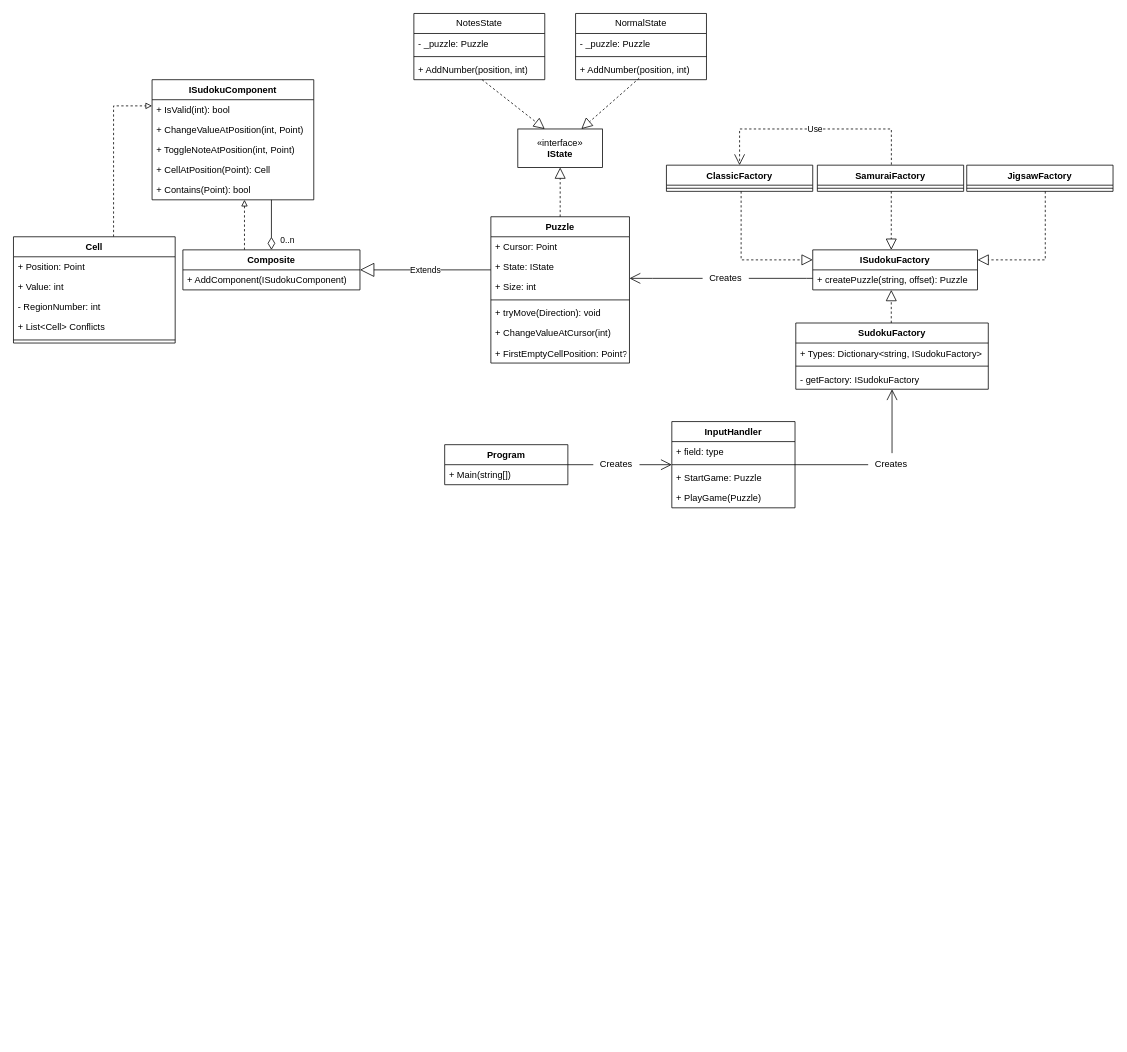
This is Class diagram.drawio from Rutgerw1/designpatterns1, a draw.io file, before an edit. Source tidied: cells renumbered, new cells numbered last; positions are measured from the earlier drawing's top-left corner, leaving out a move shared by most shapes. Both pictures are drawn from the tidied source at 77%, with x=0, y=0 at pixel (13, 13).
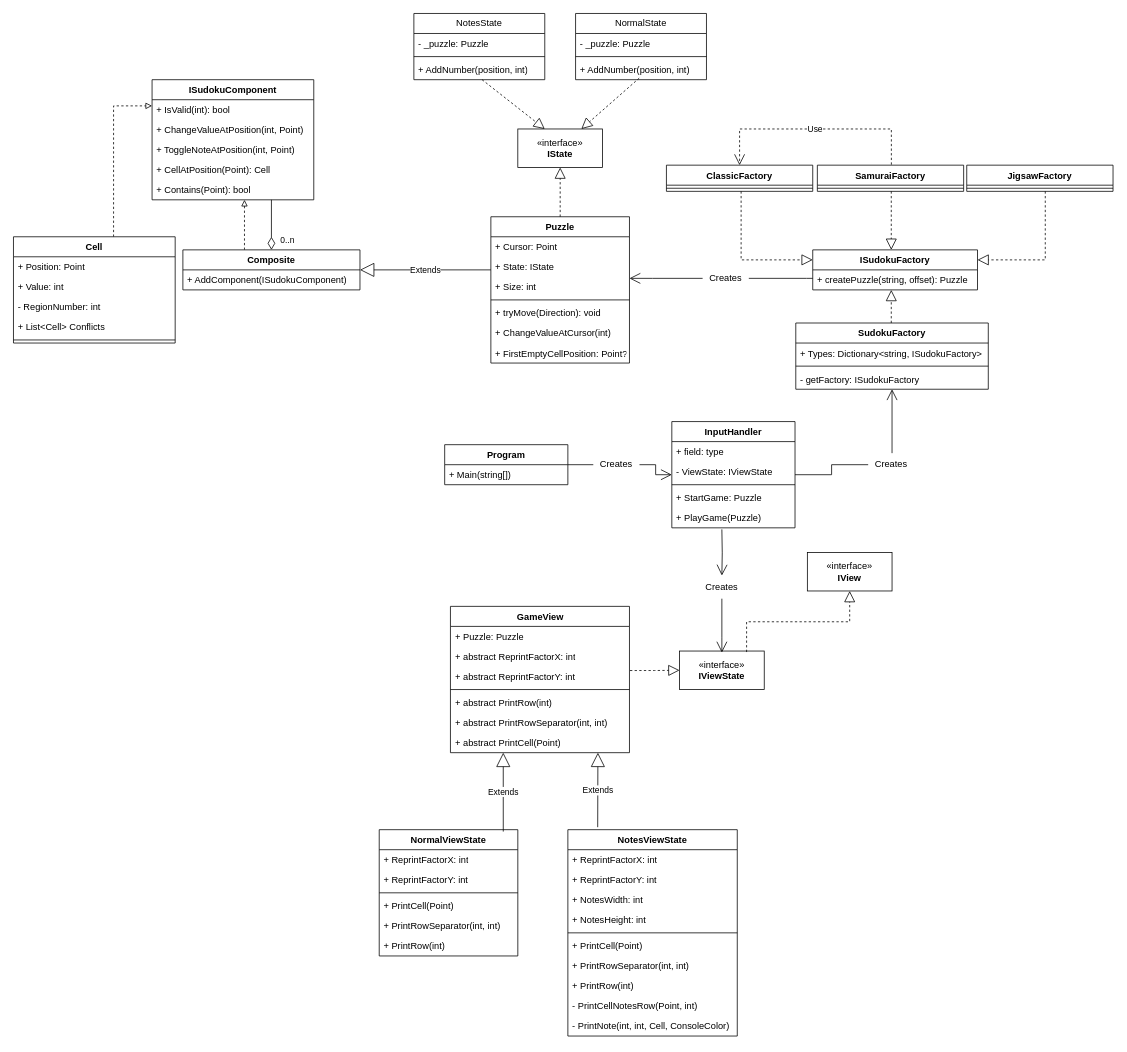
The same page after the edit.

Commit message:
Added views and state

Diff of the diagram source:
```diff
@@
     <mxCell id="49" value="InputHandler" style="swimlane;fontStyle=1;align=center;verticalAlign=top;horizontal=1;startSize=26;strokeColor=default;" parent="1" vertex="1">
-      <mxGeometry x="855" y="530" width="160" height="112" as="geometry" />
+      <mxGeometry x="855" y="530" width="160" height="138" as="geometry" />
     </mxCell>
@@
+    <mxCell id="74" value="- ViewState: IViewState" style="text;strokeColor=none;fillColor=none;align=left;verticalAlign=top;spacingLeft=4;spacingRight=4;overflow=hidden;" parent="49" vertex="1">
+      <mxGeometry y="52" width="160" height="26" as="geometry" />
+    </mxCell>
     <mxCell id="51" style="line;strokeWidth=1;fillColor=none;align=left;verticalAlign=middle;spacingTop=-1;spacingLeft=3;spacingRight=3;labelPosition=right;strokeColor=inherit;" parent="49" vertex="1">
-      <mxGeometry y="52" width="160" height="8" as="geometry" />
+      <mxGeometry y="78" width="160" height="8" as="geometry" />
     </mxCell>
     <mxCell id="52" value="+ StartGame: Puzzle" style="text;strokeColor=none;fillColor=none;align=left;verticalAlign=top;spacingLeft=4;spacingRight=4;overflow=hidden;" parent="49" vertex="1">
-      <mxGeometry y="60" width="160" height="26" as="geometry" />
+      <mxGeometry y="86" width="160" height="26" as="geometry" />
     </mxCell>
     <mxCell id="53" value="+ PlayGame(Puzzle)" style="text;strokeColor=none;fillColor=none;align=left;verticalAlign=top;spacingLeft=4;spacingRight=4;overflow=hidden;" parent="49" vertex="1">
-      <mxGeometry y="86" width="160" height="26" as="geometry" />
+      <mxGeometry y="112" width="160" height="26" as="geometry" />
     </mxCell>
@@
+    <mxCell id="75" value="«interface»&lt;br&gt;&lt;b&gt;IViewState&lt;br&gt;&lt;/b&gt;" style="html=1;whiteSpace=wrap;" parent="1" vertex="1">
+      <mxGeometry x="865" y="828" width="110" height="50" as="geometry" />
+    </mxCell>
+    <mxCell id="76" value="«interface»&lt;br&gt;&lt;b&gt;IView&lt;br&gt;&lt;/b&gt;" style="html=1;whiteSpace=wrap;" parent="1" vertex="1">
+      <mxGeometry x="1031" y="700" width="110" height="50" as="geometry" />
+    </mxCell>
+    <mxCell id="77" value="NormalViewState" style="swimlane;fontStyle=1;align=center;verticalAlign=top;horizontal=1;startSize=26;whiteSpace=wrap;html=1;" parent="1" vertex="1">
+      <mxGeometry x="475" y="1060" width="180" height="164" as="geometry" />
+    </mxCell>
+    <mxCell id="78" value="+ ReprintFactorX: int" style="text;strokeColor=none;fillColor=none;align=left;verticalAlign=top;spacingLeft=4;spacingRight=4;overflow=hidden;whiteSpace=wrap;html=1;" parent="77" vertex="1">
+      <mxGeometry y="26" width="180" height="26" as="geometry" />
+    </mxCell>
+    <mxCell id="79" value="+ ReprintFactorY: int" style="text;strokeColor=none;fillColor=none;align=left;verticalAlign=top;spacingLeft=4;spacingRight=4;overflow=hidden;whiteSpace=wrap;html=1;" parent="77" vertex="1">
+      <mxGeometry y="52" width="180" height="26" as="geometry" />
+    </mxCell>
+    <mxCell id="80" style="line;strokeWidth=1;fillColor=none;align=left;verticalAlign=middle;spacingTop=-1;spacingLeft=3;spacingRight=3;labelPosition=right;strokeColor=inherit;" parent="77" vertex="1">
+      <mxGeometry y="78" width="180" height="8" as="geometry" />
+    </mxCell>
+    <mxCell id="81" value="+ PrintCell(Point)&lt;br&gt;" style="text;strokeColor=none;fillColor=none;align=left;verticalAlign=top;spacingLeft=4;spacingRight=4;overflow=hidden;whiteSpace=wrap;html=1;" parent="77" vertex="1">
+      <mxGeometry y="86" width="180" height="26" as="geometry" />
+    </mxCell>
+    <mxCell id="82" value="+ PrintRowSeparator(int, int)" style="text;strokeColor=none;fillColor=none;align=left;verticalAlign=top;spacingLeft=4;spacingRight=4;overflow=hidden;whiteSpace=wrap;html=1;" parent="77" vertex="1">
+      <mxGeometry y="112" width="180" height="26" as="geometry" />
+    </mxCell>
+    <mxCell id="83" value="+ PrintRow(int)" style="text;strokeColor=none;fillColor=none;align=left;verticalAlign=top;spacingLeft=4;spacingRight=4;overflow=hidden;whiteSpace=wrap;html=1;" parent="77" vertex="1">
+      <mxGeometry y="138" width="180" height="26" as="geometry" />
+    </mxCell>
+    <mxCell id="84" value="NotesViewState" style="swimlane;fontStyle=1;align=center;verticalAlign=top;horizontal=1;startSize=26;whiteSpace=wrap;html=1;" parent="1" vertex="1">
+      <mxGeometry x="720" y="1060" width="220" height="268" as="geometry" />
+    </mxCell>
+    <mxCell id="85" value="+ ReprintFactorX: int" style="text;strokeColor=none;fillColor=none;align=left;verticalAlign=top;spacingLeft=4;spacingRight=4;overflow=hidden;whiteSpace=wrap;html=1;" parent="84" vertex="1">
+      <mxGeometry y="26" width="220" height="26" as="geometry" />
+    </mxCell>
+    <mxCell id="86" value="+ ReprintFactorY: int" style="text;strokeColor=none;fillColor=none;align=left;verticalAlign=top;spacingLeft=4;spacingRight=4;overflow=hidden;whiteSpace=wrap;html=1;" parent="84" vertex="1">
+      <mxGeometry y="52" width="220" height="26" as="geometry" />
+    </mxCell>
+    <mxCell id="87" value="+ NotesWidth: int&lt;span style=&quot;white-space: pre;&quot;&gt;&#9;&lt;/span&gt;&lt;span style=&quot;white-space: pre;&quot;&gt;&#9;&lt;/span&gt;" style="text;strokeColor=none;fillColor=none;align=left;verticalAlign=top;spacingLeft=4;spacingRight=4;overflow=hidden;whiteSpace=wrap;html=1;" parent="84" vertex="1">
+      <mxGeometry y="78" width="220" height="26" as="geometry" />
+    </mxCell>
+    <mxCell id="88" value="+ NotesHeight: int" style="text;strokeColor=none;fillColor=none;align=left;verticalAlign=top;spacingLeft=4;spacingRight=4;overflow=hidden;whiteSpace=wrap;html=1;" parent="84" vertex="1">
+      <mxGeometry y="104" width="220" height="26" as="geometry" />
+    </mxCell>
+    <mxCell id="89" style="line;strokeWidth=1;fillColor=none;align=left;verticalAlign=middle;spacingTop=-1;spacingLeft=3;spacingRight=3;labelPosition=right;strokeColor=inherit;" parent="84" vertex="1">
+      <mxGeometry y="130" width="220" height="8" as="geometry" />
+    </mxCell>
+    <mxCell id="90" value="+ PrintCell(Point)&lt;br&gt;" style="text;strokeColor=none;fillColor=none;align=left;verticalAlign=top;spacingLeft=4;spacingRight=4;overflow=hidden;whiteSpace=wrap;html=1;" parent="84" vertex="1">
+      <mxGeometry y="138" width="220" height="26" as="geometry" />
+    </mxCell>
+    <mxCell id="91" value="+ PrintRowSeparator(int, int)" style="text;strokeColor=none;fillColor=none;align=left;verticalAlign=top;spacingLeft=4;spacingRight=4;overflow=hidden;whiteSpace=wrap;html=1;" parent="84" vertex="1">
+      <mxGeometry y="164" width="220" height="26" as="geometry" />
+    </mxCell>
+    <mxCell id="92" value="+ PrintRow(int)" style="text;strokeColor=none;fillColor=none;align=left;verticalAlign=top;spacingLeft=4;spacingRight=4;overflow=hidden;whiteSpace=wrap;html=1;" parent="84" vertex="1">
+      <mxGeometry y="190" width="220" height="26" as="geometry" />
+    </mxCell>
+    <mxCell id="93" value="- PrintCellNotesRow(Point, int)" style="text;strokeColor=none;fillColor=none;align=left;verticalAlign=top;spacingLeft=4;spacingRight=4;overflow=hidden;whiteSpace=wrap;html=1;" parent="84" vertex="1">
+      <mxGeometry y="216" width="220" height="26" as="geometry" />
+    </mxCell>
+    <mxCell id="94" value="- PrintNote(int, int, Cell, ConsoleColor)" style="text;strokeColor=none;fillColor=none;align=left;verticalAlign=top;spacingLeft=4;spacingRight=4;overflow=hidden;whiteSpace=wrap;html=1;" parent="84" vertex="1">
+      <mxGeometry y="242" width="220" height="26" as="geometry" />
+    </mxCell>
+    <mxCell id="95" value="Creates" style="text;html=1;strokeColor=none;fillColor=none;align=center;verticalAlign=middle;whiteSpace=wrap;rounded=0;" parent="1" vertex="1">
+      <mxGeometry x="890" y="730" width="60" height="30" as="geometry" />
+    </mxCell>
+    <mxCell id="96" style="endArrow=open;endFill=1;endSize=12;html=1;rounded=0;edgeStyle=orthogonalEdgeStyle;startArrow=none;exitX=0.5;exitY=1;exitDx=0;exitDy=0;" parent="1" edge="1" source="95">
+      <mxGeometry relative="1" as="geometry">
+        <mxPoint x="920" y="830" as="targetPoint" />
+        <Array as="points">
+          <mxPoint x="920" y="810" />
+          <mxPoint x="920" y="810" />
+        </Array>
+      </mxGeometry>
+    </mxCell>
+    <mxCell id="97" style="endArrow=open;endFill=1;endSize=12;html=1;rounded=0;edgeStyle=orthogonalEdgeStyle;startArrow=none;entryX=0.5;entryY=0;entryDx=0;entryDy=0;" parent="1" edge="1" target="95">
+      <mxGeometry relative="1" as="geometry">
+        <mxPoint x="920" y="670" as="sourcePoint" />
+      </mxGeometry>
+    </mxCell>
+    <mxCell id="98" style="endArrow=block;dashed=1;endFill=0;endSize=12;html=1;rounded=0;edgeStyle=orthogonalEdgeStyle;entryX=0.5;entryY=1;entryDx=0;entryDy=0;exitX=0.792;exitY=0.026;exitDx=0;exitDy=0;exitPerimeter=0;" parent="1" edge="1" source="75" target="76">
+      <mxGeometry relative="1" as="geometry">
+        <Array as="points">
+          <mxPoint x="952" y="790" />
+          <mxPoint x="1086" y="790" />
+        </Array>
+      </mxGeometry>
+    </mxCell>
+    <mxCell id="99" value="GameView" style="swimlane;fontStyle=1;align=center;verticalAlign=top;horizontal=1;startSize=26;whiteSpace=wrap;html=1;" parent="1" vertex="1">
+      <mxGeometry x="567.5" y="770" width="232.5" height="190" as="geometry" />
+    </mxCell>
+    <mxCell id="100" value="+ Puzzle: Puzzle" style="text;strokeColor=none;fillColor=none;align=left;verticalAlign=top;spacingLeft=4;spacingRight=4;overflow=hidden;whiteSpace=wrap;html=1;" parent="99" vertex="1">
+      <mxGeometry y="26" width="232.5" height="26" as="geometry" />
+    </mxCell>
+    <mxCell id="101" value="+ abstract ReprintFactorX: int" style="text;strokeColor=none;fillColor=none;align=left;verticalAlign=top;spacingLeft=4;spacingRight=4;overflow=hidden;whiteSpace=wrap;html=1;" parent="99" vertex="1">
+      <mxGeometry y="52" width="232.5" height="26" as="geometry" />
+    </mxCell>
+    <mxCell id="102" value="+ abstract ReprintFactorY: int" style="text;strokeColor=none;fillColor=none;align=left;verticalAlign=top;spacingLeft=4;spacingRight=4;overflow=hidden;points=[[0,0.5],[1,0.5]];portConstraint=eastwest;whiteSpace=wrap;html=1;" parent="99" vertex="1">
+      <mxGeometry y="78" width="232.5" height="26" as="geometry" />
+    </mxCell>
+    <mxCell id="103" style="line;strokeWidth=1;fillColor=none;align=left;verticalAlign=middle;spacingTop=-1;spacingLeft=3;spacingRight=3;labelPosition=right;strokeColor=inherit;" parent="99" vertex="1">
+      <mxGeometry y="104" width="232.5" height="8" as="geometry" />
+    </mxCell>
+    <mxCell id="104" value="+ abstract PrintRow(int)" style="text;strokeColor=none;fillColor=none;align=left;verticalAlign=top;spacingLeft=4;spacingRight=4;overflow=hidden;whiteSpace=wrap;html=1;" parent="99" vertex="1">
+      <mxGeometry y="112" width="232.5" height="26" as="geometry" />
+    </mxCell>
+    <mxCell id="105" value="+ abstract PrintRowSeparator(int, int)" style="text;strokeColor=none;fillColor=none;align=left;verticalAlign=top;spacingLeft=4;spacingRight=4;overflow=hidden;whiteSpace=wrap;html=1;" parent="99" vertex="1">
+      <mxGeometry y="138" width="232.5" height="26" as="geometry" />
+    </mxCell>
+    <mxCell id="106" value="+ abstract PrintCell(Point)" style="text;strokeColor=none;fillColor=none;align=left;verticalAlign=top;spacingLeft=4;spacingRight=4;overflow=hidden;points=[[0,0.5],[1,0.5]];portConstraint=eastwest;whiteSpace=wrap;html=1;" parent="99" vertex="1">
+      <mxGeometry y="164" width="232.5" height="26" as="geometry" />
+    </mxCell>
+    <mxCell id="107" value="Extends" style="endArrow=block;endSize=16;endFill=0;html=1;rounded=0;exitX=0.895;exitY=0.015;exitDx=0;exitDy=0;exitPerimeter=0;entryX=0.295;entryY=1;entryDx=0;entryDy=0;entryPerimeter=0;" parent="1" edge="1" source="77" target="106">
+      <mxGeometry relative="1" as="geometry" />
+    </mxCell>
+    <mxCell id="108" value="Extends" style="endArrow=block;endSize=16;endFill=0;html=1;rounded=0;exitX=0.176;exitY=-0.012;exitDx=0;exitDy=0;exitPerimeter=0;" parent="1" edge="1" source="84">
+      <mxGeometry relative="1" as="geometry">
+        <mxPoint x="759" y="960" as="targetPoint" />
+      </mxGeometry>
+    </mxCell>
+    <mxCell id="109" style="endArrow=block;dashed=1;endFill=0;endSize=12;html=1;rounded=0;edgeStyle=orthogonalEdgeStyle;entryX=0;entryY=0.5;entryDx=0;entryDy=0;exitX=1.003;exitY=0.205;exitDx=0;exitDy=0;exitPerimeter=0;" parent="1" edge="1" source="102" target="75">
+      <mxGeometry relative="1" as="geometry" />
+    </mxCell>
```
